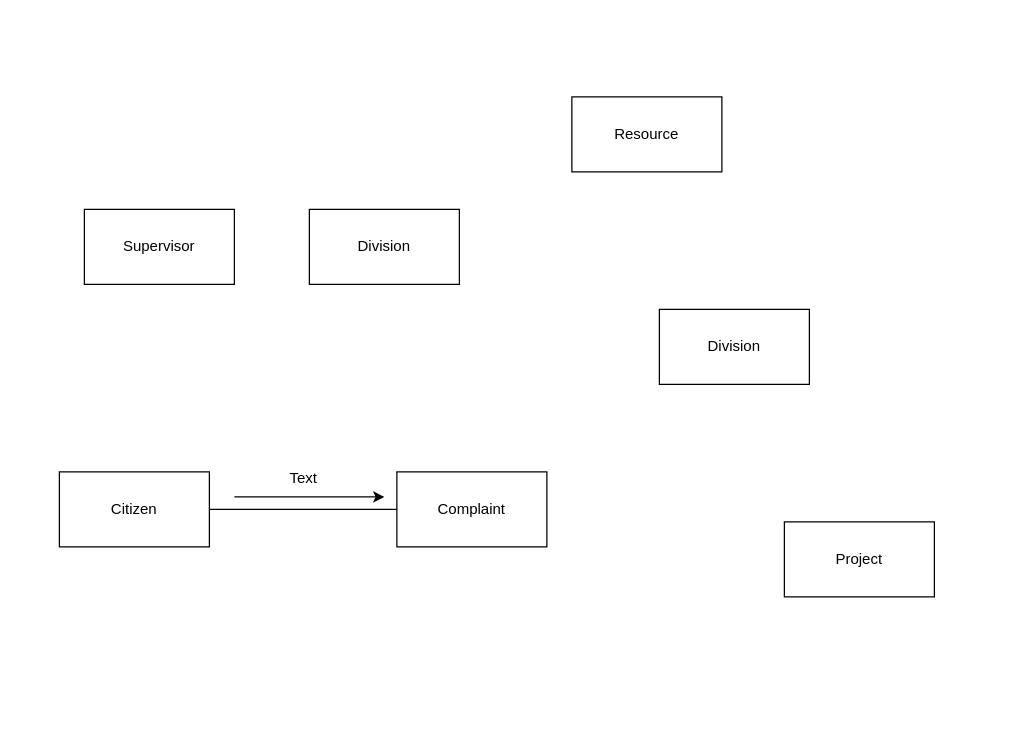
O-alpha/SE-LAB keeps this draw.io diagram as diagrams/collaboration.drawio. Above is the earlier version. Source tidied: cells renumbered, new cells numbered last; positions are measured from the earlier drawing's top-left corner, leaving out a move shared by most shapes. Both pictures are drawn from the tidied source at 125%, with x=0, y=0 at pixel (59, 96).
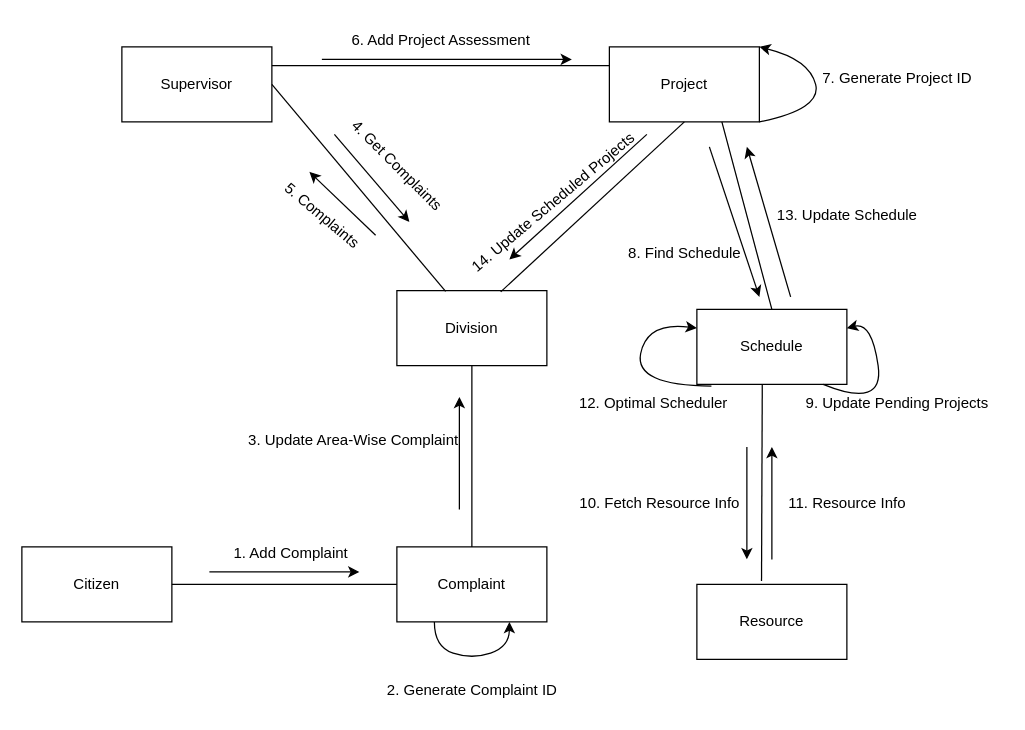
After the change.

Change to the diagram source:
```diff
@@
     <mxCell id="2" value="Citizen" style="rounded=0;whiteSpace=wrap;html=1;" parent="1" vertex="1">
-      <mxGeometry y="300" width="120" height="60" as="geometry" />
+      <mxGeometry x="-30" y="360" width="120" height="60" as="geometry" />
     </mxCell>
     <mxCell id="3" value="Complaint" style="rounded=0;whiteSpace=wrap;html=1;" parent="1" vertex="1">
-      <mxGeometry x="270" y="300" width="120" height="60" as="geometry" />
+      <mxGeometry x="270" y="360" width="120" height="60" as="geometry" />
     </mxCell>
     <mxCell id="4" value="Supervisor" style="rounded=0;whiteSpace=wrap;html=1;" parent="1" vertex="1">
-      <mxGeometry x="20" y="90" width="120" height="60" as="geometry" />
+      <mxGeometry x="50" y="-40" width="120" height="60" as="geometry" />
     </mxCell>
     <mxCell id="5" value="Division" style="rounded=0;whiteSpace=wrap;html=1;" parent="1" vertex="1">
-      <mxGeometry x="200" y="90" width="120" height="60" as="geometry" />
+      <mxGeometry x="270" y="155" width="120" height="60" as="geometry" />
     </mxCell>
     <mxCell id="6" value="Resource" style="whiteSpace=wrap;html=1;" parent="1" vertex="1">
-      <mxGeometry x="410" width="120" height="60" as="geometry" />
+      <mxGeometry x="510" y="390" width="120" height="60" as="geometry" />
     </mxCell>
-    <mxCell id="7" value="Division" style="whiteSpace=wrap;html=1;" parent="1" vertex="1">
-      <mxGeometry x="480" y="170" width="120" height="60" as="geometry" />
+    <mxCell id="7" value="Schedule" style="whiteSpace=wrap;html=1;" parent="1" vertex="1">
+      <mxGeometry x="510" y="170" width="120" height="60" as="geometry" />
     </mxCell>
     <mxCell id="8" value="Project" style="whiteSpace=wrap;html=1;" parent="1" vertex="1">
-      <mxGeometry x="580" y="340" width="120" height="60" as="geometry" />
+      <mxGeometry x="440" y="-40" width="120" height="60" as="geometry" />
     </mxCell>
@@
-    <mxCell id="10" value="Text" style="text;html=1;align=center;verticalAlign=middle;strokeColor=none;fillColor=none;" parent="1" vertex="1">
-      <mxGeometry x="170" y="290" width="50" height="30" as="geometry" />
+    <mxCell id="10" value="1. Add Complaint" style="text;html=1;align=center;verticalAlign=middle;strokeColor=none;fillColor=none;" parent="1" vertex="1">
+      <mxGeometry x="130" y="350" width="110" height="30" as="geometry" />
     </mxCell>
     <mxCell id="11" style="endArrow=classic;html=1;rounded=0;" parent="1" edge="1">
       <mxGeometry relative="1" as="geometry">
-        <mxPoint x="140" y="320" as="sourcePoint" />
-        <mxPoint x="260" y="320" as="targetPoint" />
+        <mxPoint x="120" y="380" as="sourcePoint" />
+        <mxPoint x="240" y="380" as="targetPoint" />
       </mxGeometry>
     </mxCell>
+    <mxCell id="12" style="curved=1;endArrow=classic;html=1;rounded=0;exitX=0.25;exitY=1;exitDx=0;exitDy=0;entryX=0.75;entryY=1;entryDx=0;entryDy=0;" parent="1" edge="1" source="3" target="3">
+      <mxGeometry relative="1" as="geometry">
+        <Array as="points">
+          <mxPoint x="300" y="440" />
+          <mxPoint x="330" y="450" />
+          <mxPoint x="360" y="440" />
+        </Array>
+      </mxGeometry>
+    </mxCell>
+    <mxCell id="13" value="2. Generate Complaint ID" style="text;html=1;align=center;verticalAlign=middle;strokeColor=none;fillColor=none;" parent="1" vertex="1">
+      <mxGeometry x="250" y="460" width="160" height="30" as="geometry" />
+    </mxCell>
+    <mxCell id="14" style="endArrow=none;html=1;rounded=0;entryX=0.5;entryY=1;entryDx=0;entryDy=0;exitX=0.5;exitY=0;exitDx=0;exitDy=0;" parent="1" edge="1" source="3" target="5">
+      <mxGeometry relative="1" as="geometry" />
+    </mxCell>
+    <mxCell id="15" style="endArrow=classic;html=1;rounded=0;" parent="1" edge="1">
+      <mxGeometry relative="1" as="geometry">
+        <mxPoint x="320" y="330" as="sourcePoint" />
+        <mxPoint x="320" y="240" as="targetPoint" />
+      </mxGeometry>
+    </mxCell>
+    <mxCell id="16" value="3. Update Area-Wise Complaint" style="text;html=1;align=center;verticalAlign=middle;strokeColor=none;fillColor=none;" parent="1" vertex="1">
+      <mxGeometry x="140" y="260" width="190" height="30" as="geometry" />
+    </mxCell>
+    <mxCell id="17" style="endArrow=none;html=1;rounded=0;entryX=0.325;entryY=0.011;entryDx=0;entryDy=0;entryPerimeter=0;exitX=1;exitY=0.5;exitDx=0;exitDy=0;" parent="1" edge="1" source="4" target="5">
+      <mxGeometry relative="1" as="geometry" />
+    </mxCell>
+    <mxCell id="18" value="4. Get Complaints" style="text;html=1;align=center;verticalAlign=middle;strokeColor=none;fillColor=none;rotation=45;" parent="1" vertex="1">
+      <mxGeometry x="210" y="40" width="120" height="30" as="geometry" />
+    </mxCell>
+    <mxCell id="19" style="endArrow=classic;html=1;rounded=0;" parent="1" edge="1">
+      <mxGeometry relative="1" as="geometry">
+        <mxPoint x="220" y="30" as="sourcePoint" />
+        <mxPoint x="280" y="100" as="targetPoint" />
+      </mxGeometry>
+    </mxCell>
+    <mxCell id="20" style="endArrow=classic;html=1;rounded=0;exitX=0.93;exitY=-0.021;exitDx=0;exitDy=0;exitPerimeter=0;" parent="1" edge="1" source="21">
+      <mxGeometry relative="1" as="geometry">
+        <mxPoint x="200" y="60" as="targetPoint" />
+      </mxGeometry>
+    </mxCell>
+    <mxCell id="21" value="5. Complaints" style="text;html=1;align=center;verticalAlign=middle;points=[];strokeColor=none;fillColor=none;rotation=40;" parent="1" vertex="1">
+      <mxGeometry x="160" y="80" width="100" height="30" as="geometry" />
+    </mxCell>
+    <mxCell id="22" style="endArrow=none;html=1;rounded=0;exitX=1;exitY=0.25;exitDx=0;exitDy=0;entryX=0;entryY=0.25;entryDx=0;entryDy=0;" parent="1" edge="1" source="4" target="8">
+      <mxGeometry relative="1" as="geometry" />
+    </mxCell>
+    <mxCell id="23" value="6. Add Project Assessment" style="text;html=1;align=center;verticalAlign=middle;strokeColor=none;fillColor=none;" parent="1" vertex="1">
+      <mxGeometry x="220" y="-60" width="170" height="30" as="geometry" />
+    </mxCell>
+    <mxCell id="24" style="curved=1;endArrow=classic;html=1;rounded=0;entryX=1;entryY=0;entryDx=0;entryDy=0;exitX=1;exitY=1;exitDx=0;exitDy=0;" parent="1" edge="1" source="8" target="8">
+      <mxGeometry relative="1" as="geometry">
+        <Array as="points">
+          <mxPoint x="610" y="10" />
+          <mxPoint x="600" y="-30" />
+        </Array>
+      </mxGeometry>
+    </mxCell>
+    <mxCell id="25" value="7. Generate Project ID" style="text;html=1;align=center;verticalAlign=middle;strokeColor=none;fillColor=none;" parent="1" vertex="1">
+      <mxGeometry x="600" y="-30" width="140" height="30" as="geometry" />
+    </mxCell>
+    <mxCell id="26" style="endArrow=none;html=1;rounded=0;entryX=0.75;entryY=1;entryDx=0;entryDy=0;exitX=0.5;exitY=0;exitDx=0;exitDy=0;" parent="1" edge="1" source="7" target="8">
+      <mxGeometry relative="1" as="geometry" />
+    </mxCell>
+    <mxCell id="27" style="endArrow=classic;html=1;rounded=0;" parent="1" edge="1">
+      <mxGeometry relative="1" as="geometry">
+        <mxPoint x="520" y="40" as="sourcePoint" />
+        <mxPoint x="560" y="160" as="targetPoint" />
+      </mxGeometry>
+    </mxCell>
+    <mxCell id="28" value="8. Find Schedule" style="text;html=1;align=center;verticalAlign=middle;strokeColor=none;fillColor=none;rotation=0;" parent="1" vertex="1">
+      <mxGeometry x="445" y="110" width="110" height="30" as="geometry" />
+    </mxCell>
+    <mxCell id="29" style="curved=1;endArrow=classic;html=1;rounded=0;exitX=0.842;exitY=1;exitDx=0;exitDy=0;exitPerimeter=0;entryX=1;entryY=0.25;entryDx=0;entryDy=0;" parent="1" edge="1" source="7" target="7">
+      <mxGeometry relative="1" as="geometry">
+        <Array as="points">
+          <mxPoint x="660" y="250" />
+          <mxPoint x="650" y="180" />
+        </Array>
+      </mxGeometry>
+    </mxCell>
+    <mxCell id="30" value="9. Update Pending Projects" style="text;html=1;align=center;verticalAlign=middle;strokeColor=none;fillColor=none;rotation=0;" parent="1" vertex="1">
+      <mxGeometry x="585" y="230" width="170" height="30" as="geometry" />
+    </mxCell>
+    <mxCell id="31" style="endArrow=none;html=1;rounded=0;entryX=0.436;entryY=1;entryDx=0;entryDy=0;entryPerimeter=0;exitX=0.431;exitY=-0.044;exitDx=0;exitDy=0;exitPerimeter=0;" parent="1" edge="1" source="6" target="7">
+      <mxGeometry relative="1" as="geometry" />
+    </mxCell>
+    <mxCell id="32" style="endArrow=classic;html=1;rounded=0;" parent="1" edge="1">
+      <mxGeometry relative="1" as="geometry">
+        <mxPoint x="550" y="280" as="sourcePoint" />
+        <mxPoint x="550" y="370" as="targetPoint" />
+      </mxGeometry>
+    </mxCell>
+    <mxCell id="33" value="10. Fetch Resource Info" style="text;html=1;align=center;verticalAlign=middle;strokeColor=none;fillColor=none;" parent="1" vertex="1">
+      <mxGeometry x="405" y="310" width="150" height="30" as="geometry" />
+    </mxCell>
+    <mxCell id="34" style="endArrow=classic;html=1;rounded=0;" parent="1" edge="1">
+      <mxGeometry relative="1" as="geometry">
+        <mxPoint x="570" y="370" as="sourcePoint" />
+        <mxPoint x="570" y="280" as="targetPoint" />
+      </mxGeometry>
+    </mxCell>
+    <mxCell id="35" value="11. Resource Info" style="text;html=1;align=center;verticalAlign=middle;strokeColor=none;fillColor=none;" parent="1" vertex="1">
+      <mxGeometry x="570" y="310" width="120" height="30" as="geometry" />
+    </mxCell>
+    <mxCell id="36" style="curved=1;endArrow=classic;html=1;rounded=0;exitX=0.097;exitY=1.022;exitDx=0;exitDy=0;exitPerimeter=0;entryX=0;entryY=0.25;entryDx=0;entryDy=0;" parent="1" edge="1" source="7" target="7">
+      <mxGeometry relative="1" as="geometry">
+        <Array as="points">
+          <mxPoint x="460" y="231" />
+          <mxPoint x="470" y="180" />
+        </Array>
+      </mxGeometry>
+    </mxCell>
+    <mxCell id="37" value="12. Optimal Scheduler" style="text;html=1;align=center;verticalAlign=middle;strokeColor=none;fillColor=none;" parent="1" vertex="1">
+      <mxGeometry x="405" y="230" width="140" height="30" as="geometry" />
+    </mxCell>
+    <mxCell id="38" style="endArrow=classic;html=1;rounded=0;" parent="1" edge="1">
+      <mxGeometry relative="1" as="geometry">
+        <mxPoint x="585" y="160" as="sourcePoint" />
+        <mxPoint x="550" y="40" as="targetPoint" />
+      </mxGeometry>
+    </mxCell>
+    <mxCell id="39" value="13. Update Schedule" style="text;html=1;align=center;verticalAlign=middle;strokeColor=none;fillColor=none;" parent="1" vertex="1">
+      <mxGeometry x="560" y="80" width="140" height="30" as="geometry" />
+    </mxCell>
+    <mxCell id="40" style="endArrow=classic;html=1;rounded=0;" parent="1" edge="1">
+      <mxGeometry relative="1" as="geometry">
+        <mxPoint x="210" y="-30" as="sourcePoint" />
+        <mxPoint x="410" y="-30" as="targetPoint" />
+      </mxGeometry>
+    </mxCell>
+    <mxCell id="41" style="endArrow=none;html=1;rounded=0;exitX=0.692;exitY=0.017;exitDx=0;exitDy=0;exitPerimeter=0;entryX=0.5;entryY=1;entryDx=0;entryDy=0;" parent="1" edge="1" source="5" target="8">
+      <mxGeometry relative="1" as="geometry" />
+    </mxCell>
+    <mxCell id="42" style="endArrow=classic;html=1;rounded=0;" parent="1" edge="1">
+      <mxGeometry relative="1" as="geometry">
+        <mxPoint x="470" y="30" as="sourcePoint" />
+        <mxPoint x="360" y="130" as="targetPoint" />
+      </mxGeometry>
+    </mxCell>
+    <mxCell id="43" value="14. Update Scheduled Projects" style="text;html=1;align=center;verticalAlign=middle;strokeColor=none;fillColor=none;rotation=-40;" parent="1" vertex="1">
+      <mxGeometry x="300" y="70" width="190" height="30" as="geometry" />
+    </mxCell>
```
